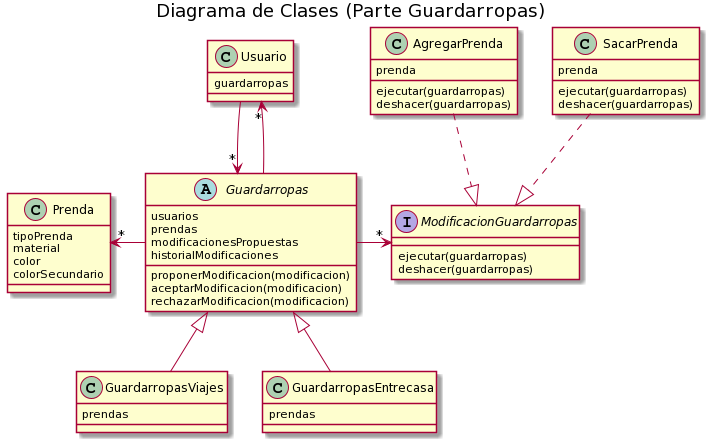
Earlier version of the PlantUML export QueMePongo5/Diagrama de Clases - Guardarropas.png (gonzalogarcia2318/dds-que-me-pongo). The source it was exported from:
```plantuml
@startuml
title Diagrama de Clases (Parte Guardarropas)





class Prenda {
    tipoPrenda
    material
    color
    colorSecundario
}

abstract class Guardarropas{
    usuarios
    prendas
    modificacionesPropuestas
    historialModificaciones

    proponerModificacion(modificacion)
    aceptarModificacion(modificacion)
    rechazarModificacion(modificacion)
}

class GuardarropasViajes{
    prendas
}

class GuardarropasEntrecasa{
    prendas
}

GuardarropasViajes -up-|> Guardarropas
GuardarropasEntrecasa -up-|> Guardarropas


interface ModificacionGuardarropas{
    ejecutar(guardarropas)
    deshacer(guardarropas)
}

class AgregarPrenda {
    prenda
    ejecutar(guardarropas)
    deshacer(guardarropas)
}

class SacarPrenda {
    prenda
    ejecutar(guardarropas)
    deshacer(guardarropas)
}

AgregarPrenda -.|> ModificacionGuardarropas
SacarPrenda -.|> ModificacionGuardarropas

Guardarropas -> "*" ModificacionGuardarropas

class Usuario {
    guardarropas
}

Usuario -down-> "*" Guardarropas
Guardarropas -up-> "*" Usuario

Guardarropas -up> "*" Prenda
@enduml
```
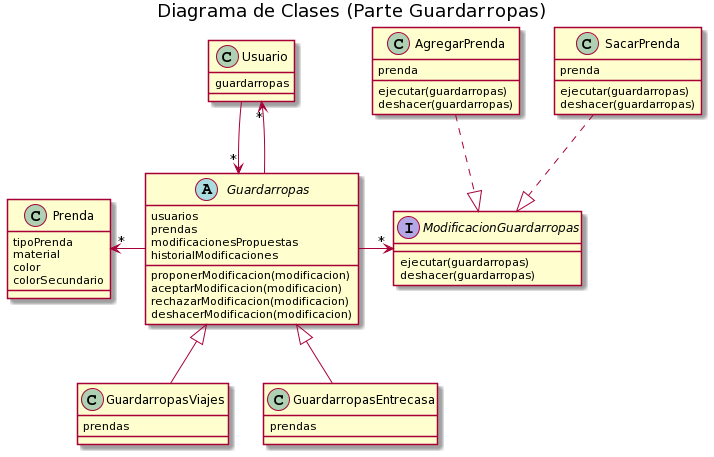
After the commit.

Commit message:
Agrego metodo deshacerModificacion() en guardarropas en el diagrama.

The edit, as a diff of the source:
```diff
@@ -21,6 +21,7 @@
     proponerModificacion(modificacion)
     aceptarModificacion(modificacion)
     rechazarModificacion(modificacion)
+    deshacerModificacion(modificacion)
 }
 
 class GuardarropasViajes{
```
